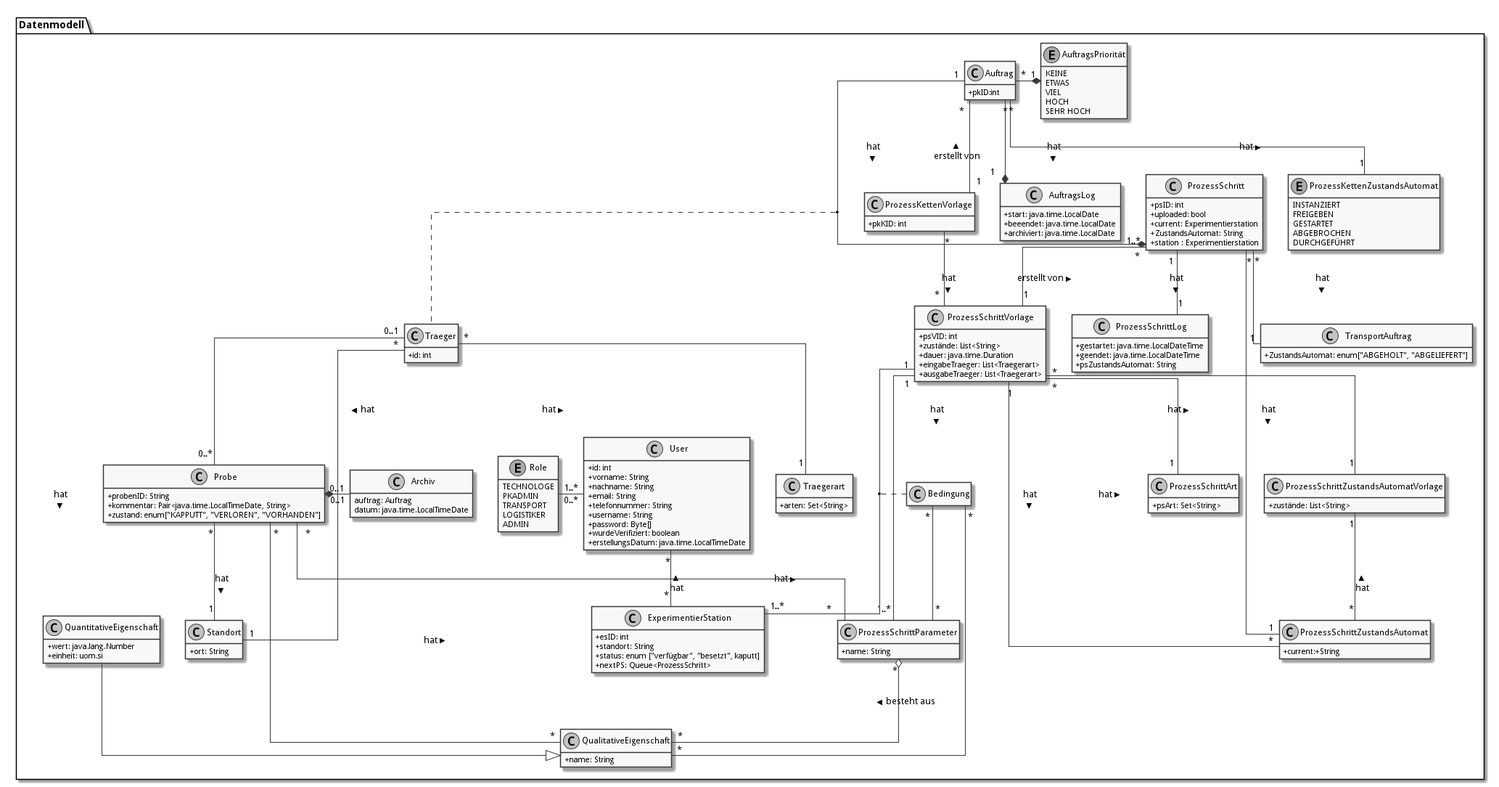
Before: doc/UML/datenModel.png, a diagram exported from PlantUML (fkehlenb/softwareprojekt-2).
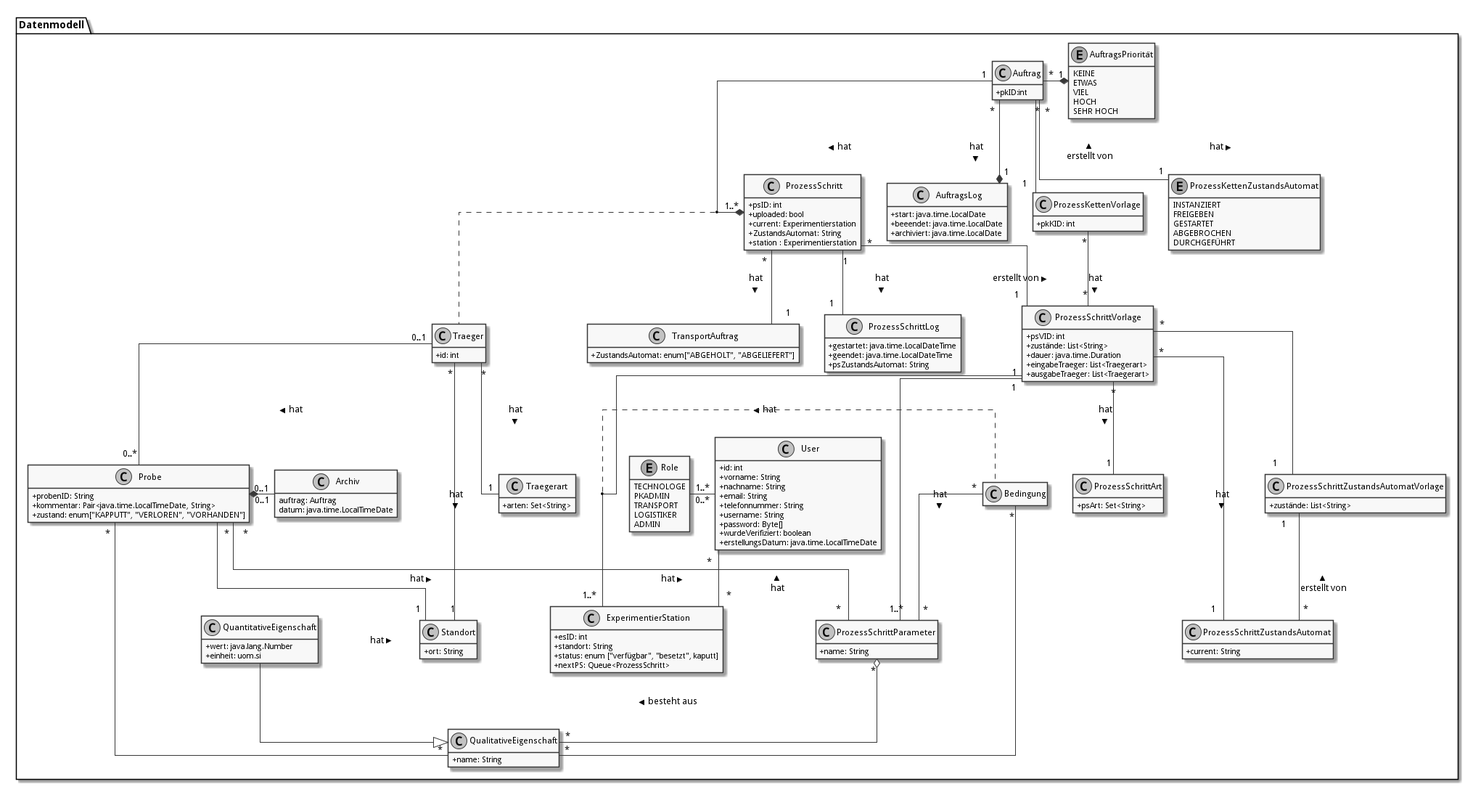
After the change.

Diff of the diagram source:
```diff
@@ -76,7 +76,7 @@
 }
 
 class ProzessSchrittZustandsAutomat {
-  +current:+String
+  +current: String
 }
 
 class ProzessSchrittZustandsAutomatVorlage {
@@ -160,20 +160,19 @@
   (Auftrag, ps) .. Traeger
 
 
-  ps "*" -- "1" psV: < erstellt von
+  ps "*" -- "1" psV: erstellt von >
   ps "1"-- "1" ProzessSchrittLog:  hat >
-  ps "*" -- "1" ProzessSchrittZustandsAutomat: hat >
   ps "*" -- "1" TransportAuftrag: hat >
 
 
   psV "*" --  "1" ProzessSchrittArt: hat >
   psV "1" -- "1..*" pp: hat >
   psV "1" --"1..*" es: hat >
-  psV "1" -- "*" ProzessSchrittZustandsAutomat: hat >
+  psV "*" -- "1" ProzessSchrittZustandsAutomat: hat >
 
   (psV, es) .. Bedingung
 
- ProzessSchrittZustandsAutomatVorlage "1" -- "*" ProzessSchrittZustandsAutomat: < hat
+ ProzessSchrittZustandsAutomatVorlage "1" -- "*" ProzessSchrittZustandsAutomat: erstellt von <
  psV "*" -- "1" ProzessSchrittZustandsAutomatVorlage
 
  Traeger "*" -- "1" Traegerart: hat >
```
